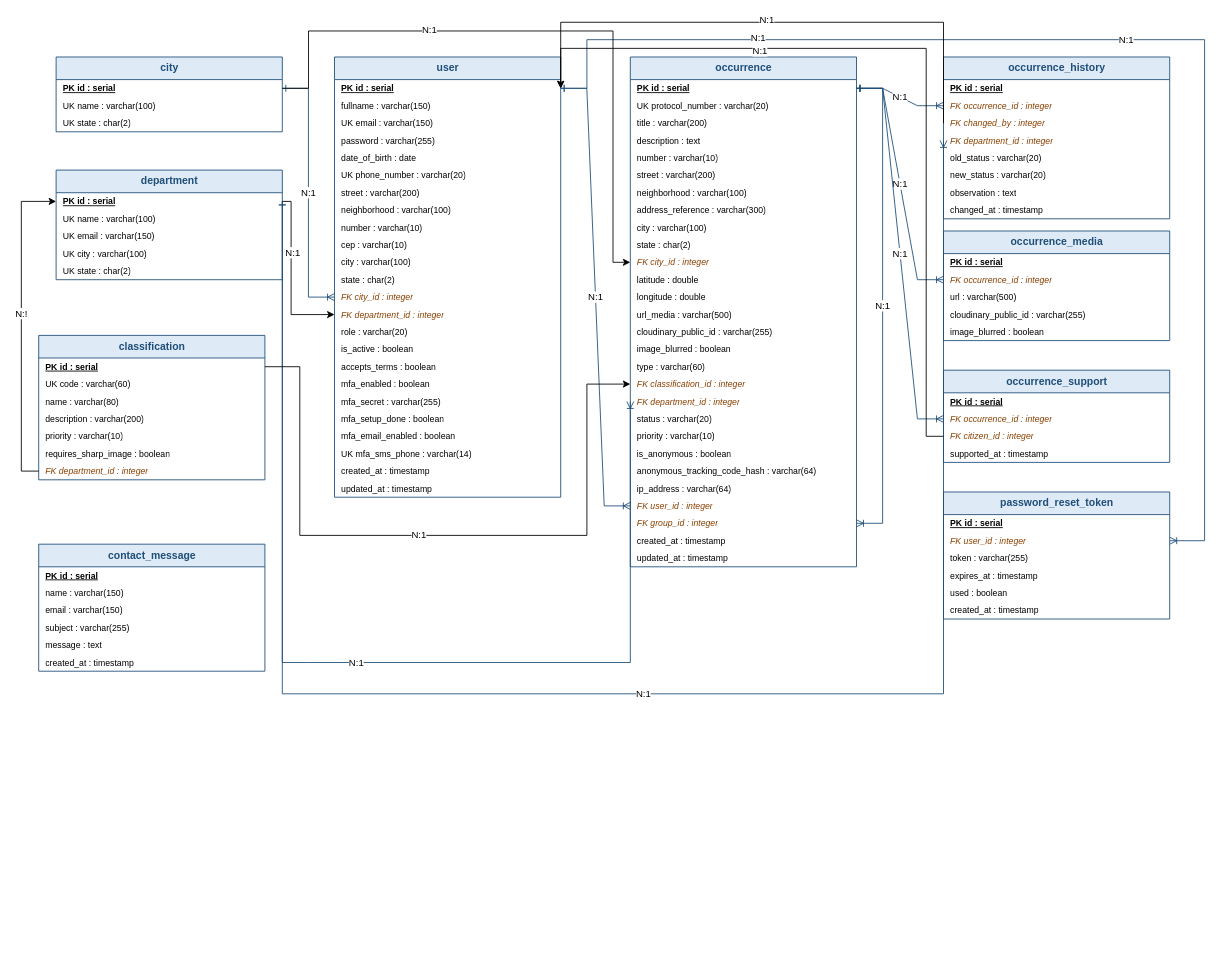
RRomano00/ProjetoFinalDeCurso keeps this draw.io diagram as ApêndiceD-VisãodosDados/FalaCidade_DER_v4.drawio. Above is the earlier version. Source tidied: cells renumbered, new cells numbered last; positions are measured from the earlier drawing's top-left corner, leaving out a move shared by most shapes. Both pictures are drawn from the tidied source at 87%, with x=0, y=0 at pixel (38, 22).
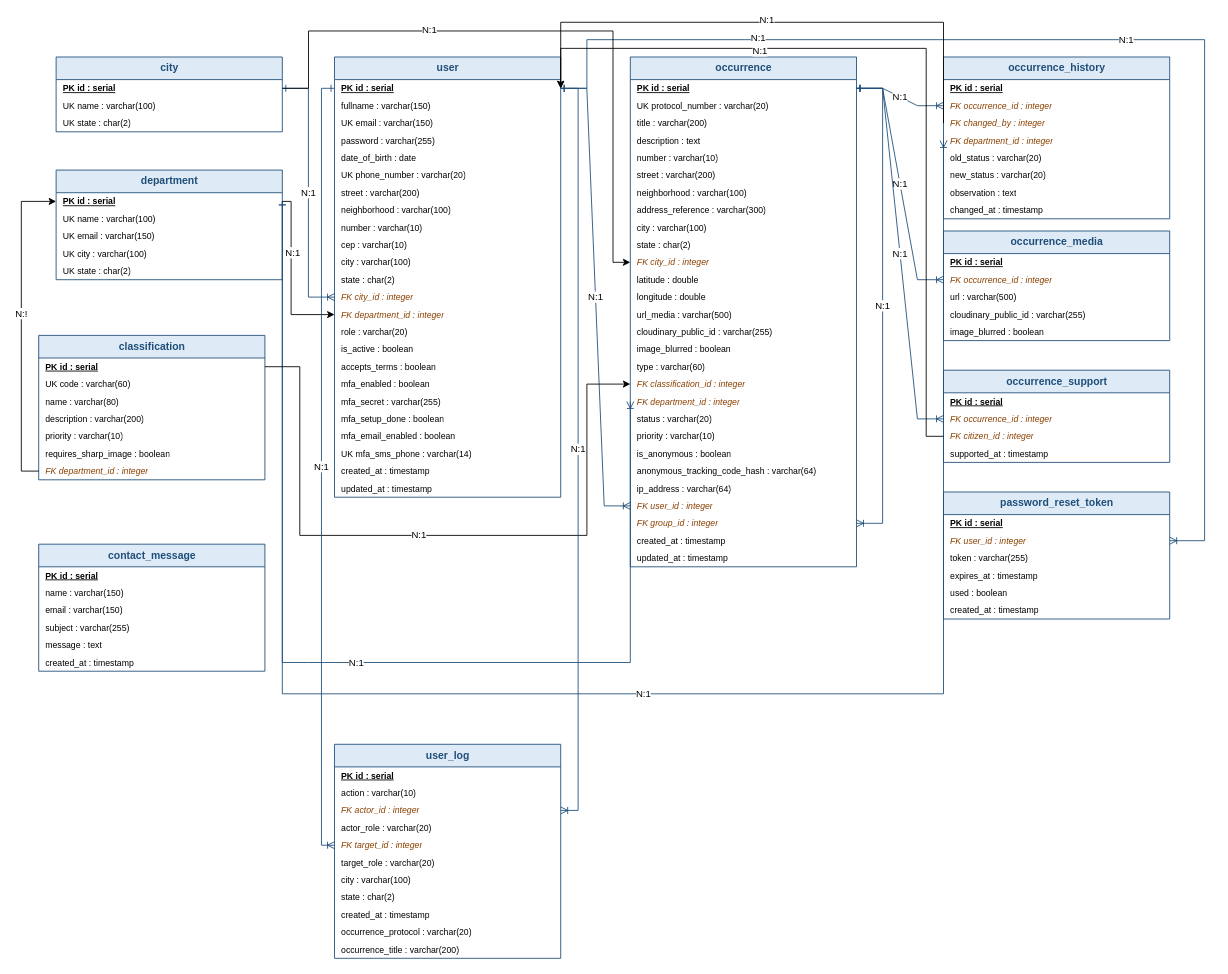
The same page after the edit.

Unchanged cells that the change refers to:
```xml
<mxCell id="28" value="PK id : serial" style="text;strokeColor=none;fillColor=none;align=left;verticalAlign=middle;spacingLeft=6;spacingRight=6;overflow=hidden;points=[[0,0.5],[1,0.5]];portConstraint=eastwest;whiteSpace=wrap;html=1;fontSize=10;fontStyle=5;" parent="27" vertex="1">
  <mxGeometry y="26" width="260" height="20" as="geometry" />
</mxCell>
```

The edit, as a diff of the source:
```diff
@@
+    <mxCell id="130" value="user_log" style="swimlane;fontStyle=1;horizontal=1;startSize=26;html=1;rounded=0;shadow=0;strokeColor=#1F4E79;fillColor=#DEEBF7;fontColor=#1F4E79;fontSize=12;align=center;" parent="1" vertex="1">
+      <mxGeometry x="340" y="830" width="260" height="246" as="geometry" />
+    </mxCell>
+    <mxCell id="131" value="PK id : serial" style="text;strokeColor=none;fillColor=none;align=left;verticalAlign=middle;spacingLeft=6;spacingRight=6;overflow=hidden;whiteSpace=wrap;html=1;fontSize=10;fontStyle=5;" parent="130" vertex="1">
+      <mxGeometry y="26" width="260" height="20" as="geometry" />
+    </mxCell>
+    <mxCell id="132" value="action : varchar(10)" style="text;strokeColor=none;fillColor=none;align=left;verticalAlign=middle;spacingLeft=6;spacingRight=6;overflow=hidden;whiteSpace=wrap;html=1;fontSize=10;" parent="130" vertex="1">
+      <mxGeometry y="46" width="260" height="20" as="geometry" />
+    </mxCell>
+    <mxCell id="133" value="FK actor_id : integer" style="text;strokeColor=none;fillColor=none;align=left;verticalAlign=middle;spacingLeft=6;spacingRight=6;overflow=hidden;points=[[0,0.5],[1,0.5]];portConstraint=eastwest;whiteSpace=wrap;html=1;fontSize=10;fontStyle=2;fontColor=#8B4000;" parent="130" vertex="1">
+      <mxGeometry y="66" width="260" height="20" as="geometry" />
+    </mxCell>
+    <mxCell id="134" value="actor_role : varchar(20)" style="text;strokeColor=none;fillColor=none;align=left;verticalAlign=middle;spacingLeft=6;spacingRight=6;overflow=hidden;whiteSpace=wrap;html=1;fontSize=10;" parent="130" vertex="1">
+      <mxGeometry y="86" width="260" height="20" as="geometry" />
+    </mxCell>
+    <mxCell id="135" value="FK target_id : integer" style="text;strokeColor=none;fillColor=none;align=left;verticalAlign=middle;spacingLeft=6;spacingRight=6;overflow=hidden;points=[[0,0.5],[1,0.5]];portConstraint=eastwest;whiteSpace=wrap;html=1;fontSize=10;fontStyle=2;fontColor=#8B4000;" parent="130" vertex="1">
+      <mxGeometry y="106" width="260" height="20" as="geometry" />
+    </mxCell>
+    <mxCell id="136" value="target_role : varchar(20)" style="text;strokeColor=none;fillColor=none;align=left;verticalAlign=middle;spacingLeft=6;spacingRight=6;overflow=hidden;whiteSpace=wrap;html=1;fontSize=10;" parent="130" vertex="1">
+      <mxGeometry y="126" width="260" height="20" as="geometry" />
+    </mxCell>
+    <mxCell id="137" value="city : varchar(100)" style="text;strokeColor=none;fillColor=none;align=left;verticalAlign=middle;spacingLeft=6;spacingRight=6;overflow=hidden;whiteSpace=wrap;html=1;fontSize=10;" parent="130" vertex="1">
+      <mxGeometry y="146" width="260" height="20" as="geometry" />
+    </mxCell>
+    <mxCell id="138" value="state : char(2)" style="text;strokeColor=none;fillColor=none;align=left;verticalAlign=middle;spacingLeft=6;spacingRight=6;overflow=hidden;whiteSpace=wrap;html=1;fontSize=10;" parent="130" vertex="1">
+      <mxGeometry y="166" width="260" height="20" as="geometry" />
+    </mxCell>
+    <mxCell id="139" value="created_at : timestamp" style="text;strokeColor=none;fillColor=none;align=left;verticalAlign=middle;spacingLeft=6;spacingRight=6;overflow=hidden;whiteSpace=wrap;html=1;fontSize=10;" parent="130" vertex="1">
+      <mxGeometry y="186" width="260" height="20" as="geometry" />
+    </mxCell>
+    <mxCell id="140" value="occurrence_protocol : varchar(20)" style="text;strokeColor=none;fillColor=none;align=left;verticalAlign=middle;spacingLeft=6;spacingRight=6;overflow=hidden;whiteSpace=wrap;html=1;fontSize=10;" parent="130" vertex="1">
+      <mxGeometry y="206" width="260" height="20" as="geometry" />
+    </mxCell>
+    <mxCell id="141" value="occurrence_title : varchar(200)" style="text;strokeColor=none;fillColor=none;align=left;verticalAlign=middle;spacingLeft=6;spacingRight=6;overflow=hidden;whiteSpace=wrap;html=1;fontSize=10;" parent="130" vertex="1">
+      <mxGeometry y="226" width="260" height="20" as="geometry" />
+    </mxCell>
+    <mxCell id="142" value="N:1" style="edgeStyle=orthogonalEdgeStyle;rounded=0;html=1;endArrow=ERoneToMany;endFill=0;startArrow=ERone;startFill=0;strokeColor=#1F4E79;jettySize=auto;exitX=1;exitY=0.5;exitDx=0;exitDy=0;entryX=1;entryY=0.5;entryDx=0;entryDy=0;" parent="1" edge="1" source="28" target="133">
+      <mxGeometry relative="1" as="geometry">
+        <Array as="points">
+          <mxPoint x="620" y="76" />
+          <mxPoint x="620" y="906" />
+        </Array>
+      </mxGeometry>
+    </mxCell>
+    <mxCell id="143" value="N:1" style="edgeStyle=orthogonalEdgeStyle;rounded=0;html=1;endArrow=ERoneToMany;endFill=0;startArrow=ERone;startFill=0;strokeColor=#1F4E79;jettySize=auto;exitX=0;exitY=0.5;exitDx=0;exitDy=0;entryX=0;entryY=0.5;entryDx=0;entryDy=0;" parent="1" edge="1" source="28" target="135">
+      <mxGeometry relative="1" as="geometry">
+        <Array as="points">
+          <mxPoint x="325" y="76" />
+          <mxPoint x="325" y="946" />
+        </Array>
+      </mxGeometry>
+    </mxCell>
```
